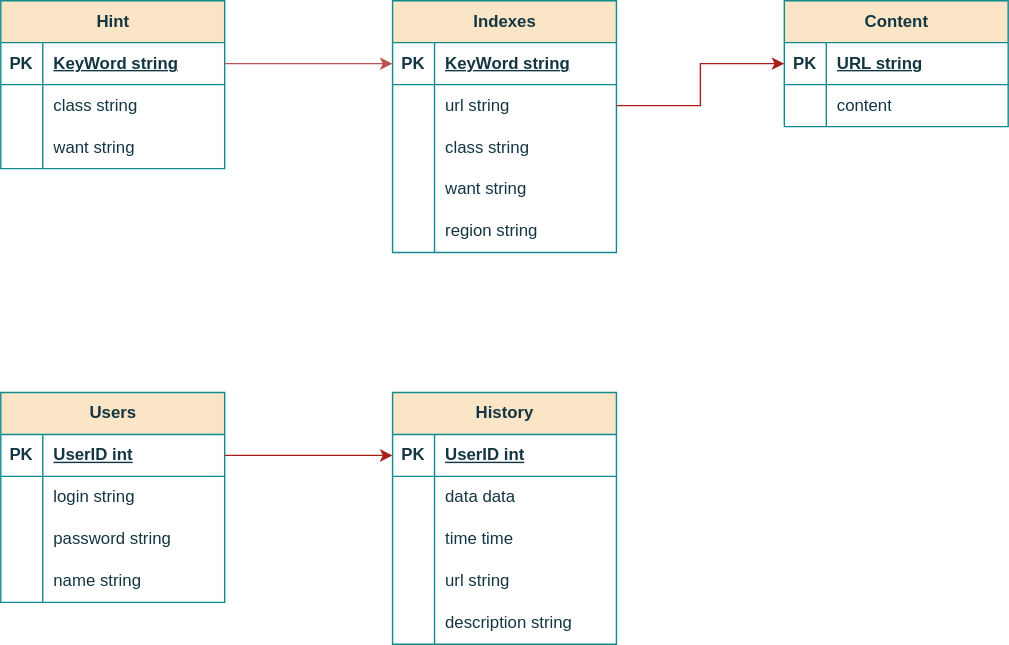
The draw.io diagram img/DBchart.drawio.svg in AlfaIV/TP_highload, before a commit. Source tidied: cells renumbered, new cells last; positions are measured from the earlier drawing's top-left corner, leaving out a move shared by most shapes.
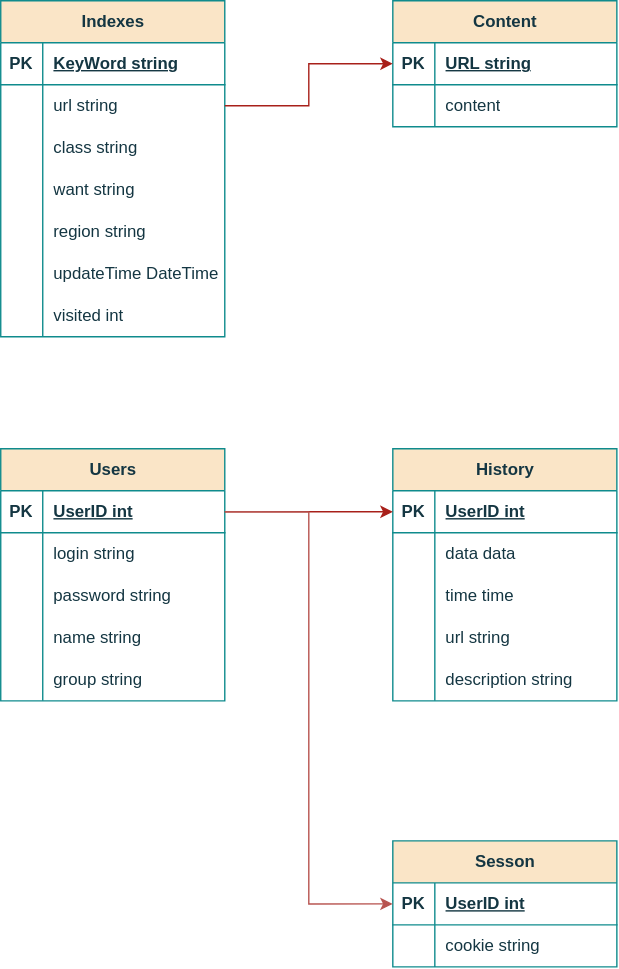
Above is the later version.

Commit message:
Добавление кеша DBchart.drawio.svg

The edit, as a diff of the source:
```diff
@@ -3,7 +3,7 @@
     <mxCell id="0" />
     <mxCell id="1" parent="0" />
     <mxCell id="2" value="Indexes" style="shape=table;startSize=30;rowLines=0;fontStyle=1;align=center;html=1;labelBackgroundColor=none;fillColor=#FAE5C7;strokeColor=#0F8B8D;fontColor=#143642;" parent="1" vertex="1">
-      <mxGeometry x="280" width="160" height="180" as="geometry" />
+      <mxGeometry y="-40" width="160" height="240" as="geometry" />
     </mxCell>
     <mxCell id="3" style="shape=tableRow;horizontal=0;startSize=0;swimlaneHead=0;swimlaneBody=0;fillColor=none;points=[[0,0.5],[1,0.5]];portConstraint=eastwest;top=0;left=0;right=0;bottom=1;labelBackgroundColor=none;strokeColor=#0F8B8D;fontColor=#143642;" parent="2" vertex="1">
       <mxGeometry y="30" width="160" height="30" as="geometry" />
@@ -50,8 +50,26 @@
     <mxCell id="17" value="region string" style="shape=partialRectangle;fillColor=none;top=0;left=0;bottom=0;right=0;align=left;spacingLeft=6;overflow=hidden;whiteSpace=wrap;html=1;labelBackgroundColor=none;strokeColor=#0F8B8D;fontColor=#143642;" parent="15" vertex="1">
       <mxGeometry x="30" width="130" height="30" as="geometry" />
     </mxCell>
+    <mxCell id="73" style="shape=tableRow;horizontal=0;startSize=0;swimlaneHead=0;swimlaneBody=0;fillColor=none;top=0;left=0;right=0;bottom=0;labelBackgroundColor=none;strokeColor=#0F8B8D;fontColor=#143642;" parent="2" vertex="1">
+      <mxGeometry y="180" width="160" height="30" as="geometry" />
+    </mxCell>
+    <mxCell id="74" style="shape=partialRectangle;fillColor=none;top=0;left=0;bottom=0;right=0;overflow=hidden;whiteSpace=wrap;html=1;labelBackgroundColor=none;strokeColor=#0F8B8D;fontColor=#143642;" parent="73" vertex="1">
+      <mxGeometry width="30" height="30" as="geometry" />
+    </mxCell>
+    <mxCell id="75" value="updateTime DateTime" style="shape=partialRectangle;fillColor=none;top=0;left=0;bottom=0;right=0;align=left;spacingLeft=6;overflow=hidden;whiteSpace=wrap;html=1;labelBackgroundColor=none;strokeColor=#0F8B8D;fontColor=#143642;" parent="73" vertex="1">
+      <mxGeometry x="30" width="130" height="30" as="geometry" />
+    </mxCell>
+    <mxCell id="76" style="shape=tableRow;horizontal=0;startSize=0;swimlaneHead=0;swimlaneBody=0;fillColor=none;top=0;left=0;right=0;bottom=0;labelBackgroundColor=none;strokeColor=#0F8B8D;fontColor=#143642;" parent="2" vertex="1">
+      <mxGeometry y="210" width="160" height="30" as="geometry" />
+    </mxCell>
+    <mxCell id="77" style="shape=partialRectangle;fillColor=none;top=0;left=0;bottom=0;right=0;overflow=hidden;whiteSpace=wrap;html=1;labelBackgroundColor=none;strokeColor=#0F8B8D;fontColor=#143642;" parent="76" vertex="1">
+      <mxGeometry width="30" height="30" as="geometry" />
+    </mxCell>
+    <mxCell id="78" value="visited int" style="shape=partialRectangle;fillColor=none;top=0;left=0;bottom=0;right=0;align=left;spacingLeft=6;overflow=hidden;whiteSpace=wrap;html=1;labelBackgroundColor=none;strokeColor=#0F8B8D;fontColor=#143642;" parent="76" vertex="1">
+      <mxGeometry x="30" width="130" height="30" as="geometry" />
+    </mxCell>
     <mxCell id="18" value="Users" style="shape=table;startSize=30;rowLines=0;fontStyle=1;align=center;html=1;labelBackgroundColor=none;fillColor=#FAE5C7;strokeColor=#0F8B8D;fontColor=#143642;" parent="1" vertex="1">
-      <mxGeometry y="280" width="160" height="150" as="geometry" />
+      <mxGeometry y="280" width="160" height="180" as="geometry" />
     </mxCell>
     <mxCell id="19" style="shape=tableRow;horizontal=0;startSize=0;swimlaneHead=0;swimlaneBody=0;fillColor=none;points=[[0,0.5],[1,0.5]];portConstraint=eastwest;top=0;left=0;right=0;bottom=1;labelBackgroundColor=none;strokeColor=#0F8B8D;fontColor=#143642;" parent="18" vertex="1">
       <mxGeometry y="30" width="160" height="30" as="geometry" />
@@ -89,6 +107,15 @@
     <mxCell id="30" value="name string" style="shape=partialRectangle;fillColor=none;top=0;left=0;bottom=0;right=0;align=left;spacingLeft=6;overflow=hidden;whiteSpace=wrap;html=1;labelBackgroundColor=none;strokeColor=#0F8B8D;fontColor=#143642;" parent="28" vertex="1">
       <mxGeometry x="30" width="130" height="30" as="geometry" />
     </mxCell>
+    <mxCell id="79" style="shape=tableRow;horizontal=0;startSize=0;swimlaneHead=0;swimlaneBody=0;fillColor=none;top=0;left=0;right=0;bottom=0;labelBackgroundColor=none;strokeColor=#0F8B8D;fontColor=#143642;" parent="18" vertex="1">
+      <mxGeometry y="150" width="160" height="30" as="geometry" />
+    </mxCell>
+    <mxCell id="80" style="shape=partialRectangle;fillColor=none;top=0;left=0;bottom=0;right=0;overflow=hidden;whiteSpace=wrap;html=1;labelBackgroundColor=none;strokeColor=#0F8B8D;fontColor=#143642;" parent="79" vertex="1">
+      <mxGeometry width="30" height="30" as="geometry" />
+    </mxCell>
+    <mxCell id="81" value="group string" style="shape=partialRectangle;fillColor=none;top=0;left=0;bottom=0;right=0;align=left;spacingLeft=6;overflow=hidden;whiteSpace=wrap;html=1;labelBackgroundColor=none;strokeColor=#0F8B8D;fontColor=#143642;" parent="79" vertex="1">
+      <mxGeometry x="30" width="130" height="30" as="geometry" />
+    </mxCell>
     <mxCell id="31" value="History" style="shape=table;startSize=30;rowLines=0;fontStyle=1;align=center;html=1;labelBackgroundColor=none;fillColor=#FAE5C7;strokeColor=#0F8B8D;fontColor=#143642;" parent="1" vertex="1">
       <mxGeometry x="280" y="280" width="160" height="180" as="geometry" />
     </mxCell>
@@ -141,7 +168,7 @@
       <mxGeometry relative="1" as="geometry" />
     </mxCell>
     <mxCell id="48" value="Content" style="shape=table;startSize=30;rowLines=0;fontStyle=1;align=center;html=1;labelBackgroundColor=none;fillColor=#FAE5C7;strokeColor=#0F8B8D;fontColor=#143642;" parent="1" vertex="1">
-      <mxGeometry x="560" width="160" height="90" as="geometry" />
+      <mxGeometry x="280" y="-40" width="160" height="90" as="geometry" />
     </mxCell>
     <mxCell id="49" style="shape=tableRow;horizontal=0;startSize=0;swimlaneHead=0;swimlaneBody=0;fillColor=none;points=[[0,0.5],[1,0.5]];portConstraint=eastwest;top=0;left=0;right=0;bottom=1;labelBackgroundColor=none;strokeColor=#0F8B8D;fontColor=#143642;" parent="48" vertex="1">
       <mxGeometry y="30" width="160" height="30" as="geometry" />
@@ -164,56 +191,29 @@
     <mxCell id="55" style="edgeStyle=orthogonalEdgeStyle;rounded=0;jettySize=auto;html=1;entryX=0;entryY=0.5;entryDx=0;entryDy=0;exitX=1;exitY=0.5;exitDx=0;exitDy=0;labelBackgroundColor=none;strokeColor=#A8201A;fontColor=default;" parent="1" edge="1" source="6" target="49">
       <mxGeometry relative="1" as="geometry" />
     </mxCell>
-    <mxCell id="56" style="shape=tableRow;horizontal=0;startSize=0;swimlaneHead=0;swimlaneBody=0;fillColor=none;top=0;left=0;right=0;bottom=0;labelBackgroundColor=none;strokeColor=#0F8B8D;fontColor=#143642;" parent="1" vertex="1">
-      <mxGeometry x="200" y="90" width="160" height="30" as="geometry" />
-    </mxCell>
-    <mxCell id="57" style="shape=partialRectangle;fillColor=none;top=0;left=0;bottom=0;right=0;overflow=hidden;whiteSpace=wrap;html=1;labelBackgroundColor=none;strokeColor=#0F8B8D;fontColor=#143642;" parent="56" vertex="1">
-      <mxGeometry width="30" height="30" as="geometry" />
-    </mxCell>
-    <mxCell id="58" style="shape=tableRow;horizontal=0;startSize=0;swimlaneHead=0;swimlaneBody=0;fillColor=none;top=0;left=0;right=0;bottom=0;labelBackgroundColor=none;strokeColor=#0F8B8D;fontColor=#143642;" parent="1" vertex="1">
-      <mxGeometry y="120" width="160" height="30" as="geometry" />
-    </mxCell>
-    <mxCell id="59" style="shape=partialRectangle;fillColor=none;top=0;left=0;bottom=0;right=0;overflow=hidden;whiteSpace=wrap;html=1;labelBackgroundColor=none;strokeColor=#0F8B8D;fontColor=#143642;" parent="58" vertex="1">
-      <mxGeometry width="30" height="30" as="geometry" />
-    </mxCell>
-    <mxCell id="60" style="shape=tableRow;horizontal=0;startSize=0;swimlaneHead=0;swimlaneBody=0;fillColor=none;top=0;left=0;right=0;bottom=0;swimlaneLine=1;perimeterSpacing=0;strokeWidth=1;swimlaneFillColor=none;labelBackgroundColor=none;strokeColor=#0F8B8D;fontColor=#143642;" parent="1" vertex="1">
-      <mxGeometry x="200" y="90" width="160" height="30" as="geometry" />
-    </mxCell>
-    <mxCell id="61" style="shape=partialRectangle;fillColor=none;top=0;left=0;bottom=0;right=0;overflow=hidden;whiteSpace=wrap;html=1;labelBackgroundColor=none;strokeColor=#0F8B8D;fontColor=#143642;" parent="60" vertex="1">
-      <mxGeometry width="30" height="30" as="geometry" />
-    </mxCell>
-    <mxCell id="62" value="Hint" style="shape=table;startSize=30;rowLines=0;fontStyle=1;align=center;html=1;labelBackgroundColor=none;fillColor=#FAE5C7;strokeColor=#0F8B8D;fontColor=#143642;" parent="1" vertex="1">
-      <mxGeometry width="160" height="120" as="geometry" />
-    </mxCell>
+    <mxCell id="82" value="Sesson" style="shape=table;startSize=30;rowLines=0;fontStyle=1;align=center;html=1;labelBackgroundColor=none;fillColor=#FAE5C7;strokeColor=#0F8B8D;fontColor=#143642;" parent="1" vertex="1">
+      <mxGeometry x="280" y="560" width="160" height="90" as="geometry" />
+    </mxCell>
-    <mxCell id="63" style="shape=tableRow;horizontal=0;startSize=0;swimlaneHead=0;swimlaneBody=0;fillColor=none;points=[[0,0.5],[1,0.5]];portConstraint=eastwest;top=0;left=0;right=0;bottom=1;labelBackgroundColor=none;strokeColor=#0F8B8D;fontColor=#143642;" parent="62" vertex="1">
+    <mxCell id="63" style="shape=tableRow;horizontal=0;startSize=0;swimlaneHead=0;swimlaneBody=0;fillColor=none;points=[[0,0.5],[1,0.5]];portConstraint=eastwest;top=0;left=0;right=0;bottom=1;labelBackgroundColor=none;strokeColor=#0F8B8D;fontColor=#143642;" parent="82" vertex="1">
       <mxGeometry y="30" width="160" height="30" as="geometry" />
     </mxCell>
     <mxCell id="64" value="PK" style="shape=partialRectangle;fillColor=none;top=0;left=0;bottom=0;right=0;fontStyle=1;overflow=hidden;whiteSpace=wrap;html=1;labelBackgroundColor=none;strokeColor=#0F8B8D;fontColor=#143642;" parent="63" vertex="1">
       <mxGeometry width="30" height="30" as="geometry" />
     </mxCell>
-    <mxCell id="65" value="KeyWord string" style="shape=partialRectangle;fillColor=none;top=0;left=0;bottom=0;right=0;align=left;spacingLeft=6;fontStyle=5;overflow=hidden;whiteSpace=wrap;html=1;labelBackgroundColor=none;strokeColor=#0F8B8D;fontColor=#143642;" parent="63" vertex="1">
-      <mxGeometry x="30" width="130" height="30" as="geometry" />
-    </mxCell>
+    <mxCell id="83" value="UserID int" style="shape=partialRectangle;fillColor=none;top=0;left=0;bottom=0;right=0;align=left;spacingLeft=6;fontStyle=5;overflow=hidden;whiteSpace=wrap;html=1;labelBackgroundColor=none;strokeColor=#0F8B8D;fontColor=#143642;" parent="63" vertex="1">
+      <mxGeometry x="30" width="130" height="30" as="geometry" />
+    </mxCell>
-    <mxCell id="66" style="shape=tableRow;horizontal=0;startSize=0;swimlaneHead=0;swimlaneBody=0;fillColor=none;top=0;left=0;right=0;bottom=0;labelBackgroundColor=none;strokeColor=#0F8B8D;fontColor=#143642;" parent="62" vertex="1">
+    <mxCell id="66" style="shape=tableRow;horizontal=0;startSize=0;swimlaneHead=0;swimlaneBody=0;fillColor=none;top=0;left=0;right=0;bottom=0;labelBackgroundColor=none;strokeColor=#0F8B8D;fontColor=#143642;" parent="82" vertex="1">
       <mxGeometry y="60" width="160" height="30" as="geometry" />
     </mxCell>
-    <mxCell id="67" style="shape=partialRectangle;fillColor=none;top=0;left=0;bottom=0;right=0;overflow=hidden;whiteSpace=wrap;html=1;labelBackgroundColor=none;strokeColor=#0F8B8D;fontColor=#143642;" parent="66" vertex="1">
-      <mxGeometry width="30" height="30" as="geometry" />
-    </mxCell>
-    <mxCell id="68" value="class string" style="shape=partialRectangle;fillColor=none;top=0;left=0;bottom=0;right=0;align=left;spacingLeft=6;overflow=hidden;whiteSpace=wrap;html=1;labelBackgroundColor=none;strokeColor=#0F8B8D;fontColor=#143642;" parent="66" vertex="1">
-      <mxGeometry x="30" width="130" height="30" as="geometry" />
-    </mxCell>
-    <mxCell id="69" style="shape=tableRow;horizontal=0;startSize=0;swimlaneHead=0;swimlaneBody=0;fillColor=none;top=0;left=0;right=0;bottom=0;labelBackgroundColor=none;strokeColor=#0F8B8D;fontColor=#143642;" parent="62" vertex="1">
-      <mxGeometry y="90" width="160" height="30" as="geometry" />
-    </mxCell>
-    <mxCell id="70" style="shape=partialRectangle;fillColor=none;top=0;left=0;bottom=0;right=0;overflow=hidden;whiteSpace=wrap;html=1;labelBackgroundColor=none;strokeColor=#0F8B8D;fontColor=#143642;" parent="69" vertex="1">
-      <mxGeometry width="30" height="30" as="geometry" />
-    </mxCell>
-    <mxCell id="71" value="want string" style="shape=partialRectangle;fillColor=none;top=0;left=0;bottom=0;right=0;align=left;spacingLeft=6;overflow=hidden;whiteSpace=wrap;html=1;labelBackgroundColor=none;strokeColor=#0F8B8D;fontColor=#143642;" parent="69" vertex="1">
-      <mxGeometry x="30" width="130" height="30" as="geometry" />
-    </mxCell>
-    <mxCell id="72" style="edgeStyle=orthogonalEdgeStyle;rounded=0;jettySize=auto;html=1;entryX=0;entryY=0.5;entryDx=0;entryDy=0;fillColor=#f8cecc;strokeColor=#b85450;" parent="1" edge="1" source="63" target="3">
-      <mxGeometry relative="1" as="geometry" />
-    </mxCell>
+    <mxCell id="84" style="shape=partialRectangle;fillColor=none;top=0;left=0;bottom=0;right=0;overflow=hidden;whiteSpace=wrap;html=1;labelBackgroundColor=none;strokeColor=#0F8B8D;fontColor=#143642;" parent="66" vertex="1">
+      <mxGeometry width="30" height="30" as="geometry" />
+    </mxCell>
+    <mxCell id="85" value="cookie string" style="shape=partialRectangle;fillColor=none;top=0;left=0;bottom=0;right=0;align=left;spacingLeft=6;overflow=hidden;whiteSpace=wrap;html=1;labelBackgroundColor=none;strokeColor=#0F8B8D;fontColor=#143642;" parent="66" vertex="1">
+      <mxGeometry x="30" width="130" height="30" as="geometry" />
+    </mxCell>
+    <mxCell id="86" style="edgeStyle=orthogonalEdgeStyle;rounded=0;jettySize=auto;html=1;exitX=1;exitY=0.5;exitDx=0;exitDy=0;entryX=0;entryY=0.5;entryDx=0;entryDy=0;fillColor=#f8cecc;strokeColor=#b85450;" parent="1" edge="1" source="19" target="63">
+      <mxGeometry relative="1" as="geometry" />
+    </mxCell>
   </root>
 </mxGraphModel>
```
